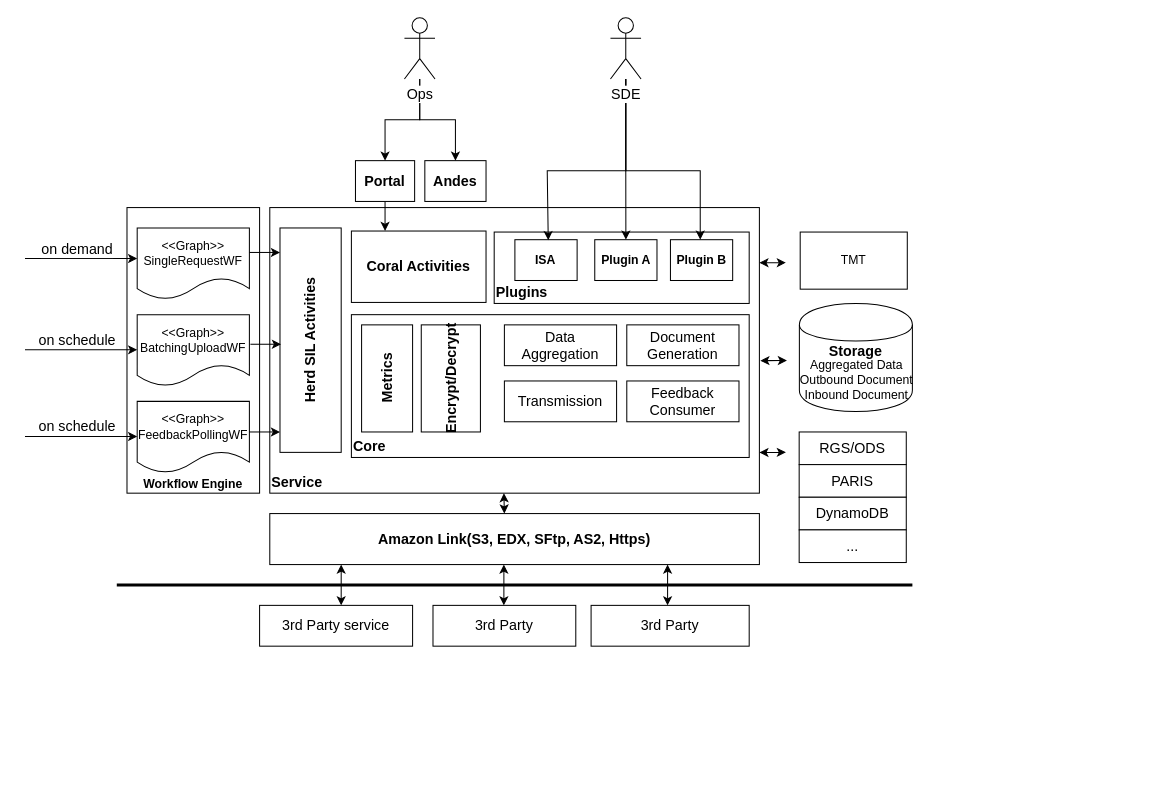
Earlier version of the draw.io diagram page "Page-2" (2 of 4) of Untitled Diagram.drawio (dongposhi/Mimicat). Source tidied: cells renumbered, new cells numbered last; positions are measured from the earlier drawing's top-left corner, leaving out a move shared by most shapes. Both pictures are drawn from the tidied source at 102%, with x=0, y=0 at pixel (24, 17).
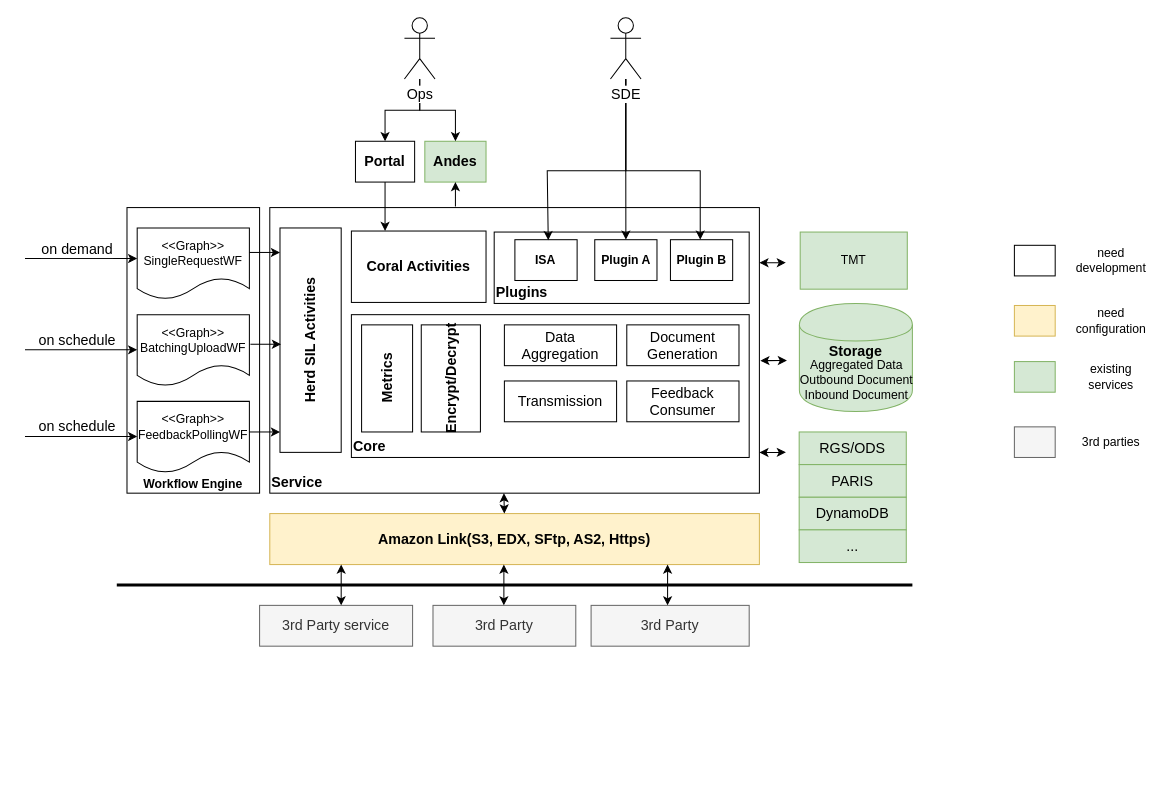
The same diagram, later.

The change refers to these unchanged cells:
```xml
<mxCell id="5" style="group;" parent="4" vertex="1">
  <mxGeometry x="3.7" y="-190" width="105" height="128" as="geometry" />
</mxCell>
<mxCell id="17" style="group;" parent="1" vertex="1">
  <mxGeometry x="750" y="280" width="120" height="106" as="geometry" />
</mxCell>
```

Change to the diagram source:
```diff
@@
-    <mxCell id="6" value="RGS/ODS" style="rounded=0;whiteSpace=wrap;html=1;fontSize=14;align=center;" parent="5" vertex="1">
+    <mxCell id="6" value="RGS/ODS" style="rounded=0;whiteSpace=wrap;html=1;fontSize=14;align=center;fillColor=#d5e8d4;strokeColor=#82b366;" parent="5" vertex="1">
       <mxGeometry x="-24.7" width="105" height="32" as="geometry" />
     </mxCell>
-    <mxCell id="7" value="PARIS" style="rounded=0;whiteSpace=wrap;html=1;fontSize=14;align=center;" parent="5" vertex="1">
+    <mxCell id="7" value="PARIS" style="rounded=0;whiteSpace=wrap;html=1;fontSize=14;align=center;fillColor=#d5e8d4;strokeColor=#82b366;" parent="5" vertex="1">
       <mxGeometry x="-24.7" y="32" width="105" height="32" as="geometry" />
     </mxCell>
-    <mxCell id="8" value="DynamoDB" style="rounded=0;whiteSpace=wrap;html=1;fontSize=14;align=center;" parent="5" vertex="1">
+    <mxCell id="8" value="DynamoDB" style="rounded=0;whiteSpace=wrap;html=1;fontSize=14;align=center;fillColor=#d5e8d4;strokeColor=#82b366;" parent="5" vertex="1">
       <mxGeometry x="-24.7" y="64" width="105" height="32" as="geometry" />
     </mxCell>
-    <mxCell id="9" value="..." style="rounded=0;whiteSpace=wrap;html=1;fontSize=14;align=center;" parent="5" vertex="1">
+    <mxCell id="9" value="..." style="rounded=0;whiteSpace=wrap;html=1;fontSize=14;align=center;fillColor=#d5e8d4;strokeColor=#82b366;" parent="5" vertex="1">
       <mxGeometry x="-24.7" y="96" width="105" height="32" as="geometry" />
     </mxCell>
@@
-    <mxCell id="15" value="TMT" style="whiteSpace=wrap;html=1;" parent="1" vertex="1">
+    <mxCell id="15" value="TMT" style="whiteSpace=wrap;html=1;fillColor=#d5e8d4;strokeColor=#82b366;" parent="1" vertex="1">
       <mxGeometry x="760" y="210" width="105" height="56" as="geometry" />
     </mxCell>
-    <mxCell id="16" value="Amazon Link(S3, EDX, SFtp, AS2, Https)" style="whiteSpace=wrap;html=1;horizontal=1;fontSize=14;fontStyle=1;direction=south;" parent="1" vertex="1">
+    <mxCell id="16" value="Amazon Link(S3, EDX, SFtp, AS2, Https)" style="whiteSpace=wrap;html=1;horizontal=1;fontSize=14;fontStyle=1;direction=south;fillColor=#fff2cc;strokeColor=#d6b656;" parent="1" vertex="1">
       <mxGeometry x="240" y="486" width="480" height="50" as="geometry" />
     </mxCell>
@@
-    <mxCell id="18" value="&lt;b&gt;Storage&lt;/b&gt;" style="shape=cylinder;whiteSpace=wrap;html=1;boundedLbl=1;backgroundOutline=1;fontSize=14;align=center;verticalAlign=top;" parent="17" vertex="1">
+    <mxCell id="18" value="&lt;b&gt;Storage&lt;/b&gt;" style="shape=cylinder;whiteSpace=wrap;html=1;boundedLbl=1;backgroundOutline=1;fontSize=14;align=center;verticalAlign=top;fillColor=#d5e8d4;strokeColor=#82b366;" parent="17" vertex="1">
       <mxGeometry x="9.2" width="110.8" height="106" as="geometry" />
     </mxCell>
@@
     <mxCell id="21" value="Portal" style="rounded=0;whiteSpace=wrap;html=1;fontSize=14;align=center;fontStyle=1;direction=east;flipH=1;flipV=1;horizontal=1;" parent="1" vertex="1">
-      <mxGeometry x="324" y="140" width="58" height="40" as="geometry" />
+      <mxGeometry x="324" y="121" width="58" height="40" as="geometry" />
     </mxCell>
-    <mxCell id="22" value="Andes" style="rounded=0;whiteSpace=wrap;html=1;fontSize=14;align=center;fontStyle=1;direction=east;flipH=1;flipV=1;horizontal=1;" parent="1" vertex="1">
-      <mxGeometry x="392" y="140" width="60" height="40" as="geometry" />
+    <mxCell id="22" value="Andes" style="rounded=0;whiteSpace=wrap;html=1;fontSize=14;align=center;fontStyle=1;direction=east;flipH=1;flipV=1;horizontal=1;fillColor=#d5e8d4;strokeColor=#82b366;" parent="1" vertex="1">
+      <mxGeometry x="392" y="121" width="60" height="40" as="geometry" />
     </mxCell>
@@
-    <mxCell id="46" value="3rd Party service" style="rounded=0;whiteSpace=wrap;html=1;fontSize=14;" parent="1" vertex="1">
+    <mxCell id="46" value="3rd Party service" style="rounded=0;whiteSpace=wrap;html=1;fontSize=14;fillColor=#f5f5f5;strokeColor=#666666;fontColor=#333333;" parent="1" vertex="1">
       <mxGeometry x="230" y="576" width="150" height="40" as="geometry" />
     </mxCell>
-    <mxCell id="47" value="3rd Party" style="rounded=0;whiteSpace=wrap;html=1;fontSize=14;" parent="1" vertex="1">
+    <mxCell id="47" value="3rd Party" style="rounded=0;whiteSpace=wrap;html=1;fontSize=14;fillColor=#f5f5f5;strokeColor=#666666;fontColor=#333333;" parent="1" vertex="1">
       <mxGeometry x="400" y="576" width="140" height="40" as="geometry" />
     </mxCell>
-    <mxCell id="48" value="3rd Party" style="rounded=0;whiteSpace=wrap;html=1;fontSize=14;" parent="1" vertex="1">
+    <mxCell id="48" value="3rd Party" style="rounded=0;whiteSpace=wrap;html=1;fontSize=14;fillColor=#f5f5f5;strokeColor=#666666;fontColor=#333333;" parent="1" vertex="1">
       <mxGeometry x="555" y="576" width="155" height="40" as="geometry" />
     </mxCell>
@@
+    <mxCell id="62" style="endArrow=classic;html=1;entryX=0.5;entryY=1;entryDx=0;entryDy=0;" parent="1" edge="1" target="22">
+      <mxGeometry relative="1" as="geometry">
+        <mxPoint x="422" y="185" as="sourcePoint" />
+      </mxGeometry>
+    </mxCell>
+    <mxCell id="63" style="rounded=0;whiteSpace=wrap;html=1;" parent="1" vertex="1">
+      <mxGeometry x="970" y="223" width="40" height="30" as="geometry" />
+    </mxCell>
+    <mxCell id="64" value="need development" style="text;html=1;strokeColor=none;fillColor=none;align=center;verticalAlign=middle;whiteSpace=wrap;rounded=0;" parent="1" vertex="1">
+      <mxGeometry x="1030" y="228" width="70" height="20" as="geometry" />
+    </mxCell>
+    <mxCell id="65" style="rounded=0;whiteSpace=wrap;html=1;fillColor=#fff2cc;strokeColor=#d6b656;" parent="1" vertex="1">
+      <mxGeometry x="970" y="282" width="40" height="30" as="geometry" />
+    </mxCell>
+    <mxCell id="66" value="need configuration" style="text;html=1;strokeColor=none;fillColor=none;align=center;verticalAlign=middle;whiteSpace=wrap;rounded=0;" parent="1" vertex="1">
+      <mxGeometry x="1030" y="287" width="70" height="20" as="geometry" />
+    </mxCell>
+    <mxCell id="67" style="rounded=0;whiteSpace=wrap;html=1;fillColor=#d5e8d4;strokeColor=#82b366;" parent="1" vertex="1">
+      <mxGeometry x="970" y="337" width="40" height="30" as="geometry" />
+    </mxCell>
+    <mxCell id="68" value="existing services" style="text;html=1;strokeColor=none;fillColor=none;align=center;verticalAlign=middle;whiteSpace=wrap;rounded=0;" parent="1" vertex="1">
+      <mxGeometry x="1030" y="342" width="70" height="20" as="geometry" />
+    </mxCell>
+    <mxCell id="69" style="rounded=0;whiteSpace=wrap;html=1;fillColor=#f5f5f5;strokeColor=#666666;fontColor=#333333;" parent="1" vertex="1">
+      <mxGeometry x="970" y="401" width="40" height="30" as="geometry" />
+    </mxCell>
+    <mxCell id="70" value="3rd parties" style="text;html=1;strokeColor=none;fillColor=none;align=center;verticalAlign=middle;whiteSpace=wrap;rounded=0;" parent="1" vertex="1">
+      <mxGeometry x="1030" y="406" width="70" height="20" as="geometry" />
+    </mxCell>
```
